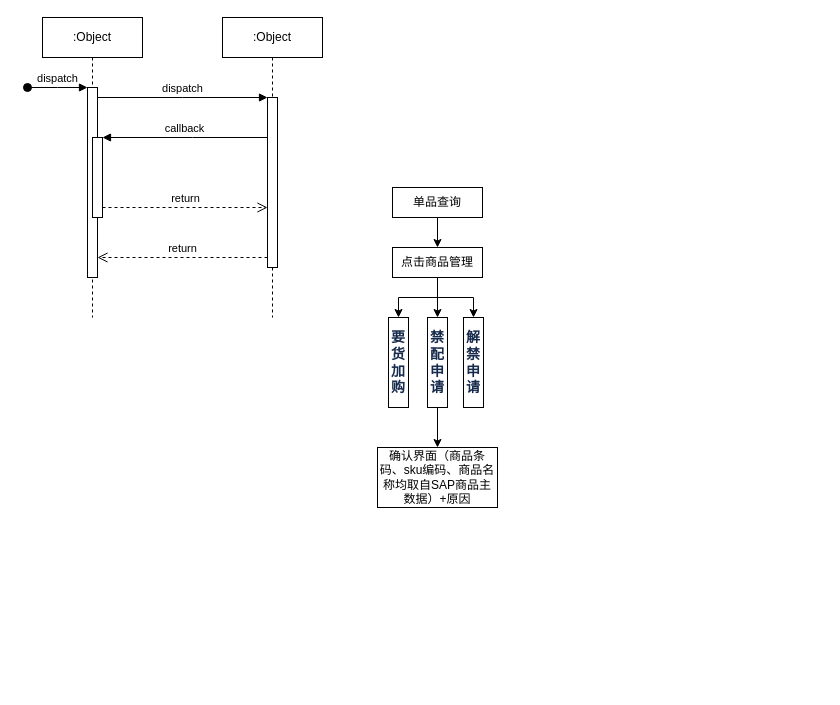
Above: src/未命名绘图.drawio in kevenxz/campus (draw.io), before the change. Source tidied: cells renumbered, new cells numbered last; positions are measured from the earlier drawing's top-left corner, leaving out a move shared by most shapes. Both pictures are drawn from the tidied source at 100%, with x=0, y=0 at pixel (27, 17).
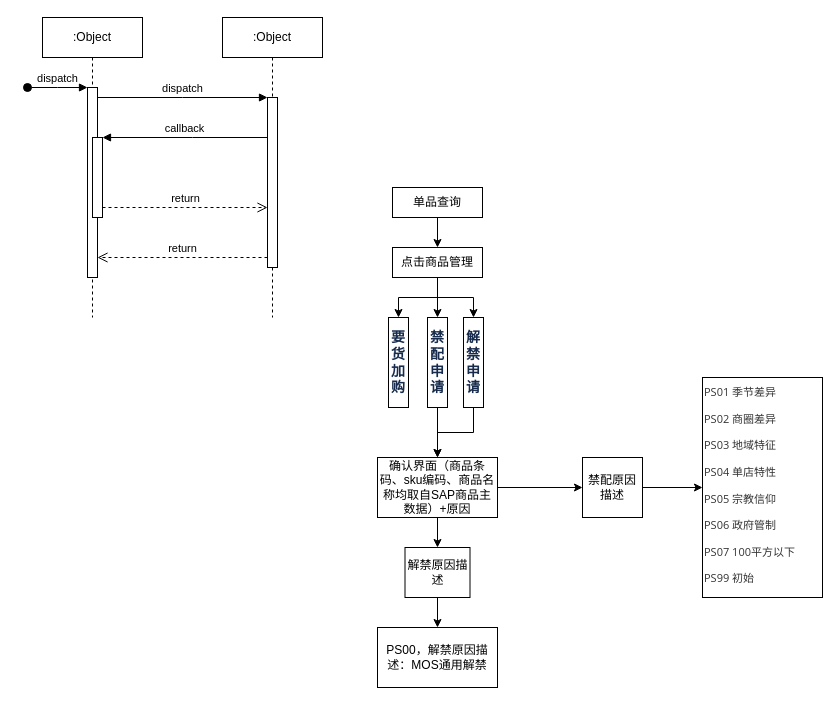
Above is the later version.

The change refers to these unchanged cells:
```xml
<mxCell id="21" value="&lt;strong style=&quot;color: rgb(23, 43, 77); font-family: -apple-system, BlinkMacSystemFont, &amp;quot;Segoe UI&amp;quot;, Roboto, Oxygen, Ubuntu, &amp;quot;Fira Sans&amp;quot;, &amp;quot;Droid Sans&amp;quot;, &amp;quot;Helvetica Neue&amp;quot;, sans-serif; font-size: 14px; text-align: left; background-color: rgb(255, 255, 255);&quot;&gt;解禁申请&lt;/strong&gt;" style="rounded=0;whiteSpace=wrap;html=1;" parent="1" vertex="1">
  <mxGeometry x="436" y="300" width="20" height="90" as="geometry" />
</mxCell>
```

The edit, as a diff of the source:
```diff
@@
+    <mxCell id="23" style="edgeStyle=orthogonalEdgeStyle;rounded=0;jettySize=auto;html=1;" parent="1" edge="1" source="21" target="22">
+      <mxGeometry relative="1" as="geometry" />
+    </mxCell>
@@
+    <mxCell id="24" style="edgeStyle=orthogonalEdgeStyle;rounded=0;jettySize=auto;html=1;" parent="1" edge="1" source="22" target="27">
+      <mxGeometry relative="1" as="geometry" />
+    </mxCell>
+    <mxCell id="25" style="edgeStyle=orthogonalEdgeStyle;rounded=0;jettySize=auto;html=1;" parent="1" edge="1" source="22" target="30">
+      <mxGeometry relative="1" as="geometry" />
+    </mxCell>
     <mxCell id="22" value="确认界面（商品条码、sku编码、商品名称均取自SAP商品主数据）+原因" style="whiteSpace=wrap;html=1;rounded=0;" parent="1" vertex="1">
-      <mxGeometry x="350" y="430" width="120" height="60" as="geometry" />
+      <mxGeometry x="350" y="440" width="120" height="60" as="geometry" />
     </mxCell>
+    <mxCell id="26" style="edgeStyle=orthogonalEdgeStyle;rounded=0;jettySize=auto;html=1;" parent="1" edge="1" source="27" target="28">
+      <mxGeometry relative="1" as="geometry" />
+    </mxCell>
+    <mxCell id="27" value="禁配原因描述" style="whiteSpace=wrap;html=1;rounded=0;" parent="1" vertex="1">
+      <mxGeometry x="555" y="440" width="60" height="60" as="geometry" />
+    </mxCell>
+    <mxCell id="28" value="&lt;p style=&quot;box-sizing: border-box; line-height: inherit; orphans: 4; margin: 0.8em 0px; position: relative; color: rgb(51, 51, 51); font-family: &amp;quot;Open Sans&amp;quot;, &amp;quot;Clear Sans&amp;quot;, &amp;quot;Helvetica Neue&amp;quot;, Helvetica, Arial, &amp;quot;Segoe UI Emoji&amp;quot;, sans-serif; font-size: 11px;&quot; class=&quot;md-end-block md-p&quot;&gt;&lt;sup style=&quot;font-size: 11px;&quot;&gt;&lt;font style=&quot;font-size: 11px;&quot;&gt;PS01 季节差异&lt;/font&gt;&lt;/sup&gt;&lt;/p&gt;&lt;p style=&quot;box-sizing: border-box; line-height: inherit; orphans: 4; margin: 0.8em 0px; position: relative; color: rgb(51, 51, 51); font-family: &amp;quot;Open Sans&amp;quot;, &amp;quot;Clear Sans&amp;quot;, &amp;quot;Helvetica Neue&amp;quot;, Helvetica, Arial, &amp;quot;Segoe UI Emoji&amp;quot;, sans-serif; font-size: 11px;&quot; class=&quot;md-end-block md-p&quot;&gt;&lt;span style=&quot;box-sizing: border-box; font-size: 11px;&quot; class=&quot;md-plain&quot;&gt;&lt;sup style=&quot;font-size: 11px;&quot;&gt;&lt;font style=&quot;font-size: 11px;&quot;&gt;PS02 商圈差异&lt;/font&gt;&lt;/sup&gt;&lt;/span&gt;&lt;/p&gt;&lt;p style=&quot;box-sizing: border-box; line-height: inherit; orphans: 4; margin: 0.8em 0px; position: relative; color: rgb(51, 51, 51); font-family: &amp;quot;Open Sans&amp;quot;, &amp;quot;Clear Sans&amp;quot;, &amp;quot;Helvetica Neue&amp;quot;, Helvetica, Arial, &amp;quot;Segoe UI Emoji&amp;quot;, sans-serif; font-size: 11px;&quot; class=&quot;md-end-block md-p&quot;&gt;&lt;span style=&quot;box-sizing: border-box; font-size: 11px;&quot; class=&quot;md-plain&quot;&gt;&lt;sup style=&quot;font-size: 11px;&quot;&gt;&lt;font style=&quot;font-size: 11px;&quot;&gt;PS03 地域特征&lt;/font&gt;&lt;/sup&gt;&lt;/span&gt;&lt;/p&gt;&lt;p style=&quot;box-sizing: border-box; line-height: inherit; orphans: 4; margin: 0.8em 0px; position: relative; color: rgb(51, 51, 51); font-family: &amp;quot;Open Sans&amp;quot;, &amp;quot;Clear Sans&amp;quot;, &amp;quot;Helvetica Neue&amp;quot;, Helvetica, Arial, &amp;quot;Segoe UI Emoji&amp;quot;, sans-serif; font-size: 11px;&quot; class=&quot;md-end-block md-p&quot;&gt;&lt;span style=&quot;box-sizing: border-box; font-size: 11px;&quot; class=&quot;md-plain&quot;&gt;&lt;sup style=&quot;font-size: 11px;&quot;&gt;&lt;font style=&quot;font-size: 11px;&quot;&gt;PS04 单店特性&lt;/font&gt;&lt;/sup&gt;&lt;/span&gt;&lt;/p&gt;&lt;p style=&quot;box-sizing: border-box; line-height: inherit; orphans: 4; margin: 0.8em 0px; position: relative; color: rgb(51, 51, 51); font-family: &amp;quot;Open Sans&amp;quot;, &amp;quot;Clear Sans&amp;quot;, &amp;quot;Helvetica Neue&amp;quot;, Helvetica, Arial, &amp;quot;Segoe UI Emoji&amp;quot;, sans-serif; font-size: 11px;&quot; class=&quot;md-end-block md-p&quot;&gt;&lt;span style=&quot;box-sizing: border-box; font-size: 11px;&quot; class=&quot;md-plain&quot;&gt;&lt;sup style=&quot;font-size: 11px;&quot;&gt;&lt;font style=&quot;font-size: 11px;&quot;&gt;PS05 宗教信仰&lt;/font&gt;&lt;/sup&gt;&lt;/span&gt;&lt;/p&gt;&lt;p style=&quot;box-sizing: border-box; line-height: inherit; orphans: 4; margin: 0.8em 0px; position: relative; color: rgb(51, 51, 51); font-family: &amp;quot;Open Sans&amp;quot;, &amp;quot;Clear Sans&amp;quot;, &amp;quot;Helvetica Neue&amp;quot;, Helvetica, Arial, &amp;quot;Segoe UI Emoji&amp;quot;, sans-serif; font-size: 11px;&quot; class=&quot;md-end-block md-p&quot;&gt;&lt;span style=&quot;box-sizing: border-box; font-size: 11px;&quot; class=&quot;md-plain&quot;&gt;&lt;sup style=&quot;font-size: 11px;&quot;&gt;&lt;font style=&quot;font-size: 11px;&quot;&gt;PS06 政府管制&lt;/font&gt;&lt;/sup&gt;&lt;/span&gt;&lt;/p&gt;&lt;p style=&quot;box-sizing: border-box; line-height: inherit; orphans: 4; margin: 0.8em 0px; position: relative; color: rgb(51, 51, 51); font-family: &amp;quot;Open Sans&amp;quot;, &amp;quot;Clear Sans&amp;quot;, &amp;quot;Helvetica Neue&amp;quot;, Helvetica, Arial, &amp;quot;Segoe UI Emoji&amp;quot;, sans-serif; font-size: 11px;&quot; class=&quot;md-end-block md-p&quot;&gt;&lt;span style=&quot;box-sizing: border-box; font-size: 11px;&quot; class=&quot;md-plain&quot;&gt;&lt;sup style=&quot;font-size: 11px;&quot;&gt;&lt;font style=&quot;font-size: 11px;&quot;&gt;PS07 100平方以下&lt;/font&gt;&lt;/sup&gt;&lt;/span&gt;&lt;/p&gt;&lt;p style=&quot;box-sizing: border-box; line-height: inherit; orphans: 4; margin: 0.8em 0px; position: relative; color: rgb(51, 51, 51); font-family: &amp;quot;Open Sans&amp;quot;, &amp;quot;Clear Sans&amp;quot;, &amp;quot;Helvetica Neue&amp;quot;, Helvetica, Arial, &amp;quot;Segoe UI Emoji&amp;quot;, sans-serif; font-size: 11px;&quot; class=&quot;md-end-block md-p&quot;&gt;&lt;span style=&quot;background-color: initial; font-size: 11px;&quot;&gt;&lt;sup style=&quot;font-size: 11px;&quot;&gt;&lt;font style=&quot;font-size: 11px;&quot;&gt;PS99 初始&lt;/font&gt;&lt;/sup&gt;&lt;/span&gt;&lt;/p&gt;" style="rounded=0;whiteSpace=wrap;html=1;align=left;" parent="1" vertex="1">
+      <mxGeometry x="675" y="360" width="120" height="220" as="geometry" />
+    </mxCell>
+    <mxCell id="29" style="edgeStyle=orthogonalEdgeStyle;rounded=0;jettySize=auto;html=1;" parent="1" edge="1" source="30" target="31">
+      <mxGeometry relative="1" as="geometry" />
+    </mxCell>
+    <mxCell id="30" value="解禁原因描述" style="whiteSpace=wrap;html=1;rounded=0;" parent="1" vertex="1">
+      <mxGeometry x="377.5" y="530" width="65" height="50" as="geometry" />
+    </mxCell>
+    <mxCell id="31" value="PS00，解禁原因描述：MOS通用解禁" style="whiteSpace=wrap;html=1;rounded=0;" parent="1" vertex="1">
+      <mxGeometry x="350" y="610" width="120" height="60" as="geometry" />
+    </mxCell>
```
